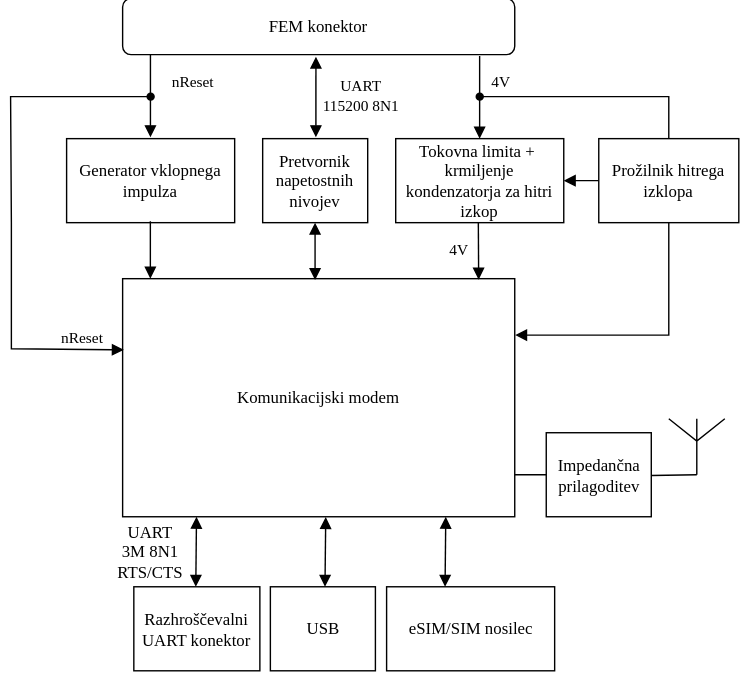
This is Slike/blok diagram modula.svg from harka069/mag, a draw.io export, as it was before one commit. Source tidied: cells renumbered, new cells last; positions are measured from the earlier drawing's top-left corner, leaving out a move shared by most shapes.
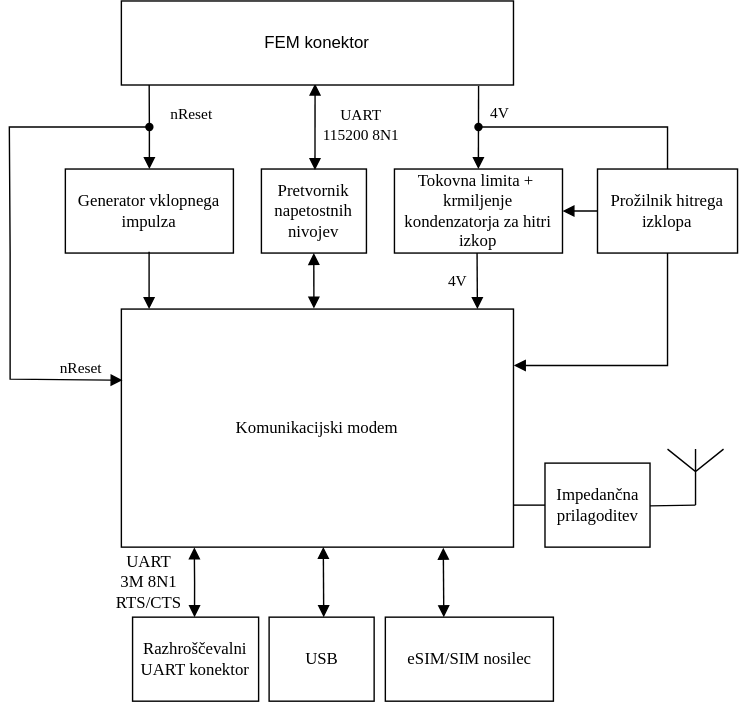
The same diagram one commit later.

Diff of the diagram source:
```diff
@@ -46,27 +46,24 @@
         <mxPoint x="382.5" y="340" as="targetPoint" />
       </mxGeometry>
     </mxCell>
-    <mxCell id="15" style="endArrow=block;startArrow=block;html=1;rounded=0;exitX=0.5;exitY=0;exitDx=0;exitDy=0;entryX=0.518;entryY=1.001;entryDx=0;entryDy=0;entryPerimeter=0;startFill=1;endFill=1;fontFamily=latin modern;" parent="1" edge="1">
+    <mxCell id="15" style="endArrow=block;startArrow=block;html=1;rounded=0;exitX=0.5;exitY=0;exitDx=0;exitDy=0;entryX=0.515;entryY=0.999;entryDx=0;entryDy=0;entryPerimeter=0;startFill=1;endFill=1;fontFamily=latin modern;" parent="1" edge="1" target="11">
       <mxGeometry relative="1" as="geometry">
         <mxPoint x="224.5" y="420" as="sourcePoint" />
-        <mxPoint x="225" y="370.2" as="targetPoint" />
       </mxGeometry>
     </mxCell>
-    <mxCell id="16" style="endArrow=block;startArrow=block;html=1;rounded=0;exitX=0.5;exitY=0;exitDx=0;exitDy=0;entryX=0.518;entryY=1.001;entryDx=0;entryDy=0;entryPerimeter=0;startFill=1;endFill=1;fontFamily=latin modern;" parent="1" edge="1">
+    <mxCell id="16" style="endArrow=block;startArrow=block;html=1;rounded=0;exitX=0.5;exitY=0;exitDx=0;exitDy=0;entryX=0.821;entryY=1.003;entryDx=0;entryDy=0;entryPerimeter=0;startFill=1;endFill=1;fontFamily=latin modern;orthogonal=1;" parent="1" edge="1" target="11">
       <mxGeometry relative="1" as="geometry">
         <mxPoint x="310.2" y="420" as="sourcePoint" />
-        <mxPoint x="310.8" y="370" as="targetPoint" />
       </mxGeometry>
     </mxCell>
-    <mxCell id="17" style="endArrow=block;startArrow=block;html=1;rounded=0;exitX=0.5;exitY=0;exitDx=0;exitDy=0;entryX=0.518;entryY=1.001;entryDx=0;entryDy=0;entryPerimeter=0;startFill=1;endFill=1;fontFamily=latin modern;" parent="1" edge="1">
+    <mxCell id="17" style="endArrow=block;startArrow=block;html=1;rounded=0;exitX=0.5;exitY=0;exitDx=0;exitDy=0;entryX=0.186;entryY=1.001;entryDx=0;entryDy=0;startFill=1;endFill=1;fontFamily=latin modern;orthogonal=1;edgeStyle=orthogonalEdgeStyle;entryPerimeter=0;" parent="1" edge="1" target="11">
       <mxGeometry relative="1" as="geometry">
         <mxPoint x="132.2" y="420" as="sourcePoint" />
-        <mxPoint x="132.8" y="370" as="targetPoint" />
       </mxGeometry>
     </mxCell>
-    <mxCell id="18" style="endArrow=none;startArrow=block;html=1;rounded=0;exitX=0.908;exitY=0.004;exitDx=0;exitDy=0;entryX=0.5;entryY=1;entryDx=0;entryDy=0;exitPerimeter=0;endFill=0;startFill=1;fontFamily=latin modern;" parent="1" edge="1">
+    <mxCell id="18" style="endArrow=none;startArrow=block;html=1;rounded=0;entryX=0.5;entryY=1;entryDx=0;entryDy=0;endFill=0;startFill=1;fontFamily=latin modern;" parent="1" edge="1">
       <mxGeometry relative="1" as="geometry">
-        <mxPoint x="334.2" y="200.7" as="sourcePoint" />
+        <mxPoint x="334.2" y="200" as="sourcePoint" />
         <mxPoint x="334" y="160" as="targetPoint" />
       </mxGeometry>
     </mxCell>
@@ -75,17 +72,13 @@
         <mxPoint x="-13" y="8" as="offset" />
       </mxGeometry>
     </mxCell>
-    <mxCell id="20" value="FEM konektor" style="rounded=1;whiteSpace=wrap;html=1;shadow=0;glass=0;fontFamily=latin modern;" parent="1" vertex="1">
-      <mxGeometry x="80" width="280" height="40" as="geometry" />
-    </mxCell>
     <mxCell id="21" style="endArrow=none;startArrow=block;html=1;rounded=0;exitX=1.001;exitY=0.237;exitDx=0;exitDy=0;entryX=0.5;entryY=1;entryDx=0;entryDy=0;endFill=0;startFill=1;exitPerimeter=0;fontFamily=latin modern;edgeStyle=orthogonalEdgeStyle;" parent="1" edge="1" source="11">
       <mxGeometry relative="1" as="geometry">
         <mxPoint x="470" y="160" as="targetPoint" />
       </mxGeometry>
     </mxCell>
-    <mxCell id="22" style="endArrow=block;startArrow=block;html=1;rounded=0;exitX=0.908;exitY=0.004;exitDx=0;exitDy=0;entryX=0.5;entryY=1;entryDx=0;entryDy=0;exitPerimeter=0;endFill=1;startFill=1;fontFamily=latin modern;" parent="1" edge="1">
+    <mxCell id="22" style="endArrow=block;startArrow=block;html=1;rounded=0;exitX=0.491;exitY=-0.002;exitDx=0;exitDy=0;entryX=0.5;entryY=1;entryDx=0;entryDy=0;exitPerimeter=0;endFill=1;startFill=1;fontFamily=latin modern;" parent="1" edge="1" source="11">
       <mxGeometry relative="1" as="geometry">
-        <mxPoint x="217.4" y="201" as="sourcePoint" />
         <mxPoint x="217.4" y="160" as="targetPoint" />
       </mxGeometry>
     </mxCell>
@@ -118,19 +111,16 @@
         <mxPoint x="50" y="102" as="offset" />
       </mxGeometry>
     </mxCell>
-    <mxCell id="27" style="endArrow=block;startArrow=block;html=1;rounded=0;exitX=0.5;exitY=0;exitDx=0;exitDy=0;entryX=0.493;entryY=1.038;entryDx=0;entryDy=0;endFill=1;startFill=1;entryPerimeter=0;fontFamily=latin modern;" parent="1" edge="1" target="20">
-      <mxGeometry relative="1" as="geometry">
-        <mxPoint x="218" y="99" as="sourcePoint" />
-      </mxGeometry>
+    <mxCell id="27" style="endArrow=block;startArrow=block;html=1;rounded=0;exitX=0.51;exitY=0.012;exitDx=0;exitDy=0;entryX=0.494;entryY=0.984;entryDx=0;entryDy=0;endFill=1;startFill=1;entryPerimeter=0;fontFamily=latin modern;exitPerimeter=0;" parent="1" edge="1" source="9" target="20">
+      <mxGeometry relative="1" as="geometry" />
     </mxCell>
     <mxCell id="28" value="&lt;div&gt;UART&lt;/div&gt;&lt;div&gt;115200 8N1&lt;/div&gt;" style="edgeLabel;html=1;align=center;verticalAlign=middle;fontFamily=latin modern;" parent="27" vertex="1">
       <mxGeometry x="0.43" y="1" relative="1" as="geometry">
         <mxPoint x="33" y="12" as="offset" />
       </mxGeometry>
     </mxCell>
-    <mxCell id="29" style="endArrow=none;startArrow=block;html=1;rounded=0;exitX=0.53;exitY=-0.011;exitDx=0;exitDy=0;entryX=0.5;entryY=1;entryDx=0;entryDy=0;exitPerimeter=0;endFill=0;startFill=1;fontFamily=latin modern;" parent="1" edge="1">
+    <mxCell id="29" style="endArrow=none;startArrow=block;html=1;rounded=0;exitX=0.5;exitY=0;exitDx=0;exitDy=0;entryX=0.5;entryY=1;entryDx=0;entryDy=0;endFill=0;startFill=1;fontFamily=latin modern;edgeStyle=orthogonalEdgeStyle;" parent="1" edge="1" source="10">
       <mxGeometry relative="1" as="geometry">
-        <mxPoint x="99.9" y="99" as="sourcePoint" />
         <mxPoint x="99.9" y="40" as="targetPoint" />
       </mxGeometry>
     </mxCell>
@@ -139,10 +129,9 @@
         <mxPoint x="31" y="3" as="offset" />
       </mxGeometry>
     </mxCell>
-    <mxCell id="31" style="endArrow=none;startArrow=block;html=1;rounded=0;exitX=0.53;exitY=-0.011;exitDx=0;exitDy=0;entryX=0.5;entryY=1;entryDx=0;entryDy=0;exitPerimeter=0;endFill=0;startFill=1;fontFamily=latin modern;" parent="1" edge="1">
+    <mxCell id="31" style="endArrow=none;startArrow=block;html=1;rounded=0;exitX=0.53;exitY=-0.011;exitDx=0;exitDy=0;entryX=0.911;entryY=1.011;entryDx=0;entryDy=0;exitPerimeter=0;endFill=0;startFill=1;fontFamily=latin modern;entryPerimeter=0;" parent="1" edge="1" target="20">
       <mxGeometry relative="1" as="geometry">
         <mxPoint x="334.9" y="100" as="sourcePoint" />
-        <mxPoint x="334.9" y="41" as="targetPoint" />
       </mxGeometry>
     </mxCell>
     <mxCell id="32" value="4V" style="edgeLabel;html=1;align=center;verticalAlign=middle;fontFamily=latin modern;" parent="31" vertex="1">
@@ -159,5 +148,8 @@
     <mxCell id="35" value="&lt;div&gt;UART&lt;/div&gt;&lt;div&gt;3M 8N1 RTS/CTS&lt;/div&gt;" style="text;html=1;whiteSpace=wrap;strokeColor=none;fillColor=none;align=center;verticalAlign=middle;rounded=0;fontFamily=latin modern;" parent="1" vertex="1">
       <mxGeometry x="70" y="380" width="60" height="30" as="geometry" />
     </mxCell>
+    <mxCell id="20" value="FEM konektor" style="rounded=0;whiteSpace=wrap;html=1;" parent="1" vertex="1">
+      <mxGeometry x="80" y="-20" width="280" height="60" as="geometry" />
+    </mxCell>
   </root>
 </mxGraphModel>
```
